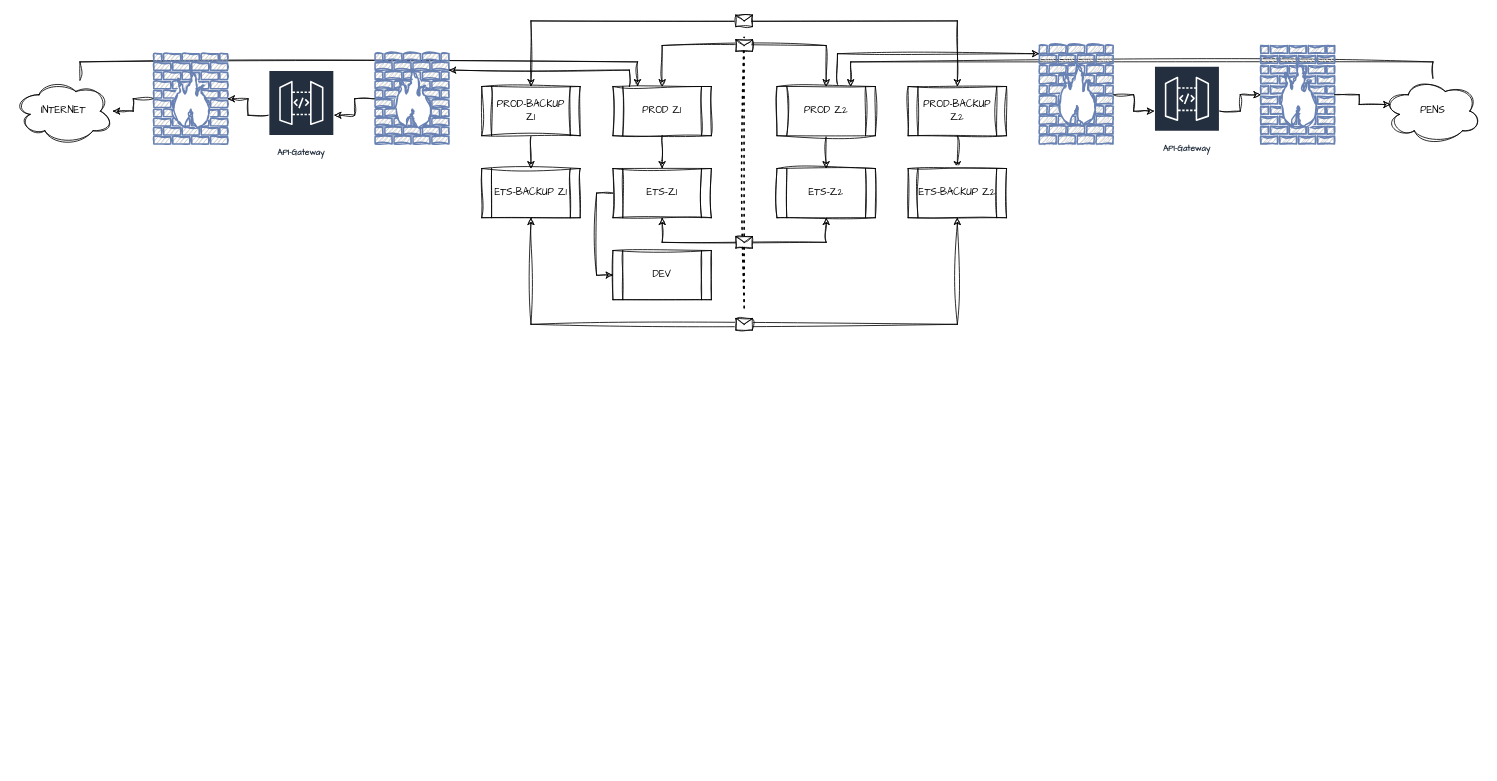
B4S71/drawio-swim keeps this draw.io diagram as logical.drawio. Above is the earlier version. Source tidied: cells renumbered, new cells numbered last; positions are measured from the earlier drawing's top-left corner, leaving out a move shared by most shapes. Both pictures are drawn from the tidied source at 82%, with x=0, y=0 at pixel (14, 20).
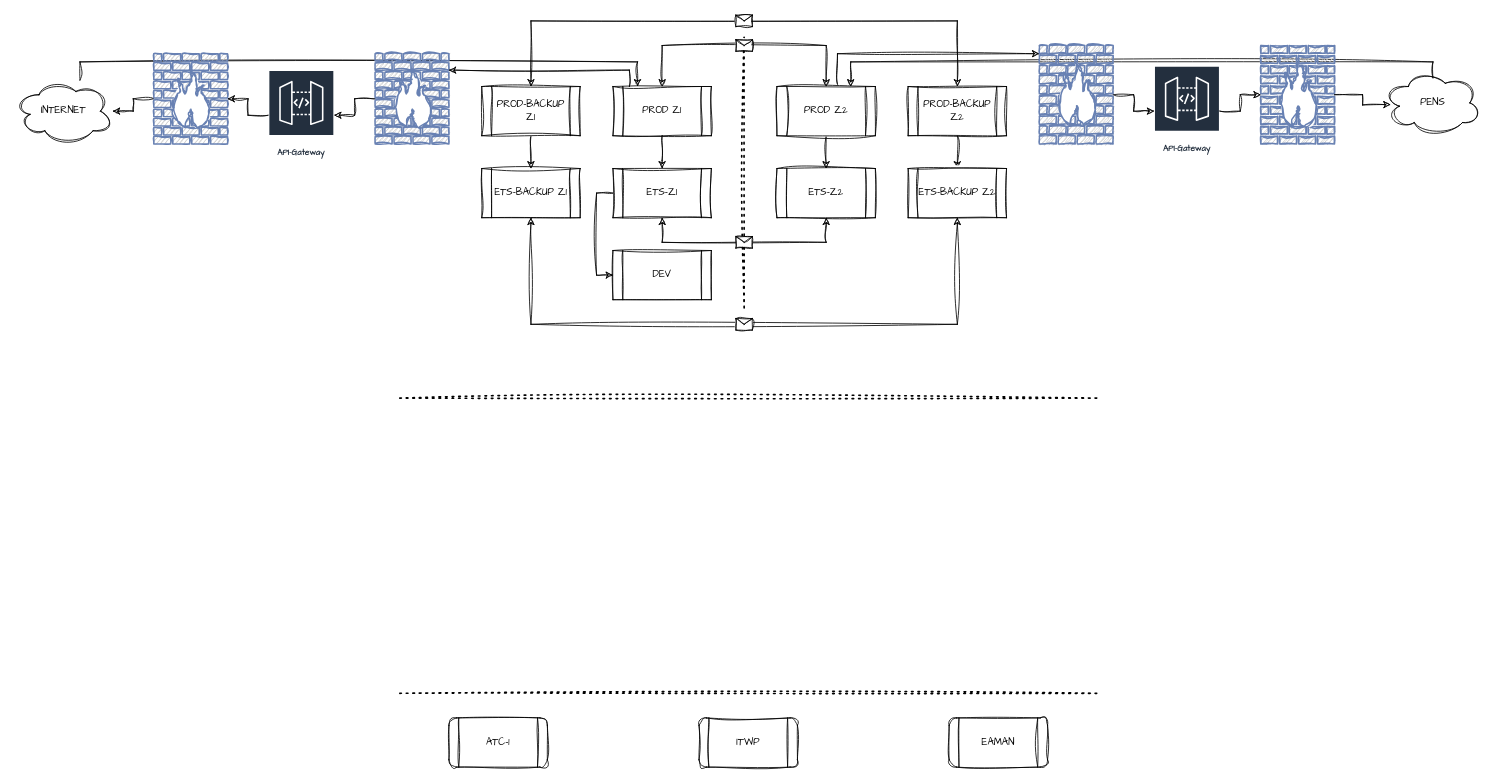
After the change.

Unchanged cells that the change refers to:
```xml
<mxCell id="9" value="PROD Z2" style="shape=process;whiteSpace=wrap;html=1;backgroundOutline=1;labelBackgroundColor=none;rounded=0;sketch=1;curveFitting=1;jiggle=2;fontFamily=Comic Sans MS;" parent="1" vertex="1">
  <mxGeometry x="930" y="80" width="120" height="60" as="geometry" />
</mxCell>
<mxCell id="31" style="fontColor=#0066CC;verticalAlign=top;verticalLabelPosition=bottom;labelPosition=center;align=center;html=1;outlineConnect=0;fillColor=#CCCCCC;strokeColor=#6881B3;gradientColor=none;gradientDirection=north;strokeWidth=2;shape=mxgraph.networks.firewall;sketch=1;hachureGap=4;jiggle=2;curveFitting=1;fontFamily=Architects Daughter;" parent="1" vertex="1">
  <mxGeometry x="1520" y="30" width="90" height="120" as="geometry" />
</mxCell>
```

Change to the diagram source:
```diff
@@
-    <mxCell id="25" style="edgeStyle=orthogonalEdgeStyle;rounded=0;sketch=1;hachureGap=4;jiggle=2;curveFitting=1;jettySize=auto;html=1;entryX=0.75;entryY=0;entryDx=0;entryDy=0;fontFamily=Architects Daughter;" parent="1" edge="1" source="26" target="9">
+    <mxCell id="25" style="edgeStyle=orthogonalEdgeStyle;rounded=0;sketch=1;hachureGap=4;jiggle=2;curveFitting=1;jettySize=auto;html=1;entryX=0.75;entryY=0;entryDx=0;entryDy=0;fontFamily=Architects Daughter;" parent="1" edge="1" target="9">
       <mxGeometry relative="1" as="geometry">
+        <mxPoint x="1730" y="70" as="sourcePoint" />
         <Array as="points">
           <mxPoint x="1730" y="50" />
           <mxPoint x="1020" y="50" />
         </Array>
       </mxGeometry>
     </mxCell>
     <mxCell id="26" value="PENS" style="ellipse;shape=cloud;whiteSpace=wrap;html=1;sketch=1;hachureGap=4;jiggle=2;curveFitting=1;fontFamily=Architects Daughter;" parent="1" vertex="1">
-      <mxGeometry x="1670" y="70" width="120" height="80" as="geometry" />
+      <mxGeometry x="1670" y="60" width="120" height="80" as="geometry" />
     </mxCell>
@@
-    <mxCell id="42" style="edgeStyle=orthogonalEdgeStyle;rounded=0;sketch=1;hachureGap=4;jiggle=2;curveFitting=1;jettySize=auto;html=1;entryX=0.07;entryY=0.4;entryDx=0;entryDy=0;entryPerimeter=0;fontFamily=Architects Daughter;" parent="1" edge="1" source="31" target="26">
-      <mxGeometry relative="1" as="geometry" />
+    <mxCell id="42" style="edgeStyle=orthogonalEdgeStyle;rounded=0;sketch=1;hachureGap=4;jiggle=2;curveFitting=1;jettySize=auto;html=1;entryX=0.07;entryY=0.4;entryDx=0;entryDy=0;entryPerimeter=0;fontFamily=Architects Daughter;" parent="1" edge="1" source="31">
+      <mxGeometry relative="1" as="geometry">
+        <mxPoint x="1678.4" y="102" as="targetPoint" />
+      </mxGeometry>
     </mxCell>
+    <mxCell id="43" style="endArrow=none;dashed=1;html=1;dashPattern=1 3;strokeWidth=2;rounded=0;sketch=1;hachureGap=4;jiggle=2;curveFitting=1;fontFamily=Architects Daughter;flowAnimation=1;shadow=0;" parent="1" edge="1">
+      <mxGeometry relative="1" as="geometry">
+        <mxPoint x="470" y="460" as="sourcePoint" />
+        <mxPoint x="1320" y="460" as="targetPoint" />
+      </mxGeometry>
+    </mxCell>
+    <mxCell id="44" style="endArrow=none;dashed=1;html=1;dashPattern=1 3;strokeWidth=2;rounded=0;sketch=1;hachureGap=4;jiggle=2;curveFitting=1;fontFamily=Architects Daughter;" parent="1" edge="1">
+      <mxGeometry relative="1" as="geometry">
+        <mxPoint x="470" y="820" as="sourcePoint" />
+        <mxPoint x="1320" y="820" as="targetPoint" />
+      </mxGeometry>
+    </mxCell>
+    <mxCell id="45" value="ITWP" style="shape=process;whiteSpace=wrap;html=1;backgroundOutline=1;rounded=1;sketch=1;hachureGap=4;jiggle=2;curveFitting=1;fontFamily=Architects Daughter;" parent="1" vertex="1">
+      <mxGeometry x="835" y="850" width="120" height="60" as="geometry" />
+    </mxCell>
+    <mxCell id="46" value="EAMAN" style="shape=process;whiteSpace=wrap;html=1;backgroundOutline=1;rounded=1;sketch=1;hachureGap=4;jiggle=2;curveFitting=1;fontFamily=Architects Daughter;" parent="1" vertex="1">
+      <mxGeometry x="1140" y="850" width="120" height="60" as="geometry" />
+    </mxCell>
+    <mxCell id="47" value="&lt;div&gt;ATC-1&lt;/div&gt;" style="shape=process;whiteSpace=wrap;html=1;backgroundOutline=1;rounded=1;sketch=1;hachureGap=4;jiggle=2;curveFitting=1;fontFamily=Architects Daughter;" parent="1" vertex="1">
+      <mxGeometry x="530" y="850" width="120" height="60" as="geometry" />
+    </mxCell>
```
